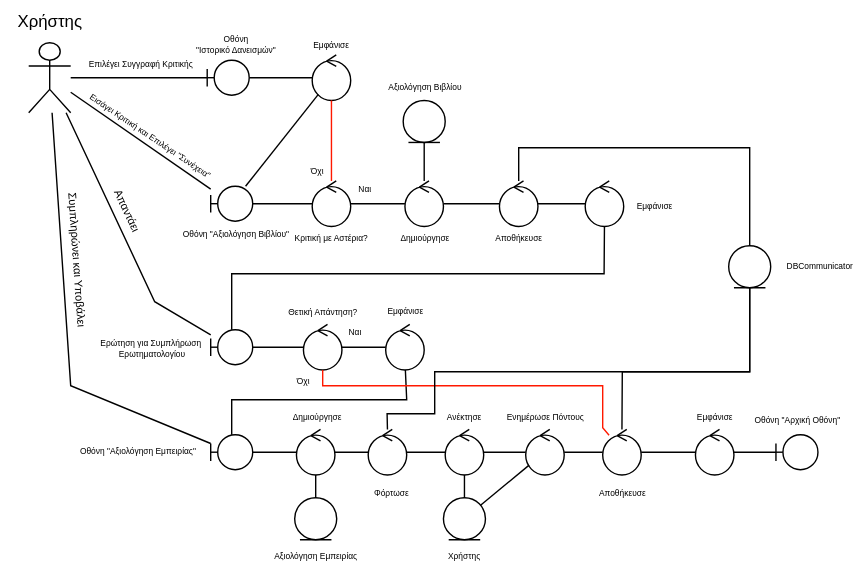
Earlier version of the draw.io export 2nd Assignment/Robustness Diagrams/Robustness-Diagram-v0.1-Αξιολόγηση Βιβλίου και Εμπειρίας.svg (CallMeJasonYT/LibraVision). Source tidied: cells renumbered, new cells last; positions are measured from the earlier drawing's top-left corner, leaving out a move shared by most shapes. Its diagram source:
```xml
<mxGraphModel>
  <root>
    <mxCell id="0" />
    <mxCell id="1" parent="0" />
    <mxCell id="2" style="shape=umlActor;verticalLabelPosition=bottom;verticalAlign=top;html=1;" parent="1" vertex="1">
      <mxGeometry x="25" y="30" width="30" height="50" as="geometry" />
    </mxCell>
    <mxCell id="3" style="html=1;verticalAlign=bottom;endArrow=none;curved=0;rounded=0;endFill=0;" parent="1" edge="1" source="2" target="6">
      <mxGeometry x="0.02" y="5" relative="1" as="geometry" />
    </mxCell>
    <mxCell id="4" style="html=1;verticalAlign=bottom;endArrow=none;curved=0;rounded=0;endFill=0;" parent="1" edge="1" source="6" target="7">
      <mxGeometry x="0.02" y="5" relative="1" as="geometry" />
    </mxCell>
    <mxCell id="5" style="html=1;verticalAlign=bottom;endArrow=none;curved=0;rounded=0;endFill=0;" parent="1" edge="1" source="2" target="11">
      <mxGeometry x="0.56" y="30" relative="1" as="geometry" />
    </mxCell>
    <mxCell id="6" style="shape=umlBoundary;whiteSpace=wrap;html=1;fontSize=10;" parent="1" vertex="1">
      <mxGeometry x="152.5" y="42.5" width="30" height="25" as="geometry" />
    </mxCell>
    <mxCell id="7" style="ellipse;shape=umlControl;whiteSpace=wrap;html=1;strokeColor=#000000;" parent="1" vertex="1">
      <mxGeometry x="227.5" y="38.8" width="27.5" height="32.5" as="geometry" />
    </mxCell>
    <mxCell id="8" style="ellipse;shape=umlControl;whiteSpace=wrap;html=1;" parent="1" vertex="1">
      <mxGeometry x="227.5" y="128.8" width="27.5" height="32.5" as="geometry" />
    </mxCell>
    <mxCell id="9" style="html=1;verticalAlign=bottom;endArrow=none;curved=0;rounded=0;endFill=0;" parent="1" edge="1" source="11" target="8">
      <mxGeometry x="0.02" y="5" relative="1" as="geometry" />
    </mxCell>
    <mxCell id="10" style="html=1;verticalAlign=bottom;endArrow=none;curved=0;rounded=0;endFill=0;" parent="1" edge="1" source="8" target="53">
      <mxGeometry x="0.02" y="5" relative="1" as="geometry" />
    </mxCell>
    <mxCell id="11" style="shape=umlBoundary;whiteSpace=wrap;html=1;fontSize=10;" parent="1" vertex="1">
      <mxGeometry x="155" y="132.5" width="30" height="25" as="geometry" />
    </mxCell>
    <mxCell id="12" style="html=1;verticalAlign=bottom;endArrow=none;curved=0;rounded=0;endFill=0;" parent="1" edge="1" source="27" target="28">
      <mxGeometry x="0.02" y="5" relative="1" as="geometry" />
    </mxCell>
    <mxCell id="13" style="ellipse;shape=umlControl;whiteSpace=wrap;html=1;" parent="1" vertex="1">
      <mxGeometry x="280" y="231.2" width="27.5" height="32.5" as="geometry" />
    </mxCell>
    <mxCell id="14" style="html=1;verticalAlign=bottom;endArrow=none;curved=0;rounded=0;endFill=0;" parent="1" edge="1" source="28" target="13">
      <mxGeometry x="0.02" y="5" relative="1" as="geometry" />
    </mxCell>
    <mxCell id="15" style="html=1;verticalAlign=bottom;endArrow=none;curved=0;rounded=0;endFill=0;" parent="1" edge="1" source="13" target="16">
      <mxGeometry x="0.02" y="5" relative="1" as="geometry">
        <Array as="points">
          <mxPoint x="295" y="285" />
          <mxPoint x="170" y="285" />
        </Array>
      </mxGeometry>
    </mxCell>
    <mxCell id="16" style="shape=umlBoundary;whiteSpace=wrap;html=1;fontSize=10;" parent="1" vertex="1">
      <mxGeometry x="155" y="310" width="30" height="25" as="geometry" />
    </mxCell>
    <mxCell id="17" style="html=1;verticalAlign=bottom;endArrow=none;curved=0;rounded=0;endFill=0;" parent="1" edge="1" source="2" target="16">
      <mxGeometry x="0.56" y="30" relative="1" as="geometry">
        <Array as="points">
          <mxPoint x="55" y="275" />
        </Array>
      </mxGeometry>
    </mxCell>
    <mxCell id="18" value="Χρήστης" style="text;html=1;align=center;verticalAlign=middle;strokeColor=none;fillColor=none;" parent="1" vertex="1">
      <mxGeometry x="5" width="70" height="30" as="geometry" />
    </mxCell>
    <mxCell id="19" style="ellipse;shape=umlControl;whiteSpace=wrap;html=1;" parent="1" vertex="1">
      <mxGeometry x="501.2" y="306.2" width="27.5" height="32.5" as="geometry" />
    </mxCell>
    <mxCell id="20" style="endArrow=none;html=1;rounded=0;endFill=0;" parent="1" edge="1" source="16" target="59">
      <mxGeometry relative="1" as="geometry" />
    </mxCell>
    <mxCell id="21" style="endArrow=none;html=1;rounded=0;endFill=0;" parent="1" edge="1" source="19" target="50">
      <mxGeometry relative="1" as="geometry" />
    </mxCell>
    <mxCell id="22" style="ellipse;shape=umlControl;whiteSpace=wrap;html=1;" parent="1" vertex="1">
      <mxGeometry x="435" y="306.2" width="27.5" height="32.5" as="geometry" />
    </mxCell>
    <mxCell id="23" style="endArrow=none;html=1;rounded=0;endFill=0;" parent="1" edge="1" source="22" target="19">
      <mxGeometry relative="1" as="geometry" />
    </mxCell>
    <mxCell id="24" style="endArrow=none;html=1;rounded=0;endFill=0;" parent="1" edge="1" source="2" target="27">
      <mxGeometry relative="1" as="geometry">
        <Array as="points">
          <mxPoint x="115" y="215" />
        </Array>
      </mxGeometry>
    </mxCell>
    <mxCell id="25" style="html=1;verticalAlign=bottom;endArrow=none;curved=0;rounded=0;endFill=0;" parent="1" edge="1" source="26" target="27">
      <mxGeometry x="0.02" y="5" relative="1" as="geometry">
        <Array as="points">
          <mxPoint x="436" y="195" />
          <mxPoint x="170" y="195" />
        </Array>
      </mxGeometry>
    </mxCell>
    <mxCell id="26" style="ellipse;shape=umlControl;whiteSpace=wrap;html=1;" parent="1" vertex="1">
      <mxGeometry x="422.5" y="128.8" width="27.5" height="32.5" as="geometry" />
    </mxCell>
    <mxCell id="27" style="shape=umlBoundary;whiteSpace=wrap;html=1;fontSize=10;" parent="1" vertex="1">
      <mxGeometry x="155" y="235" width="30" height="25" as="geometry" />
    </mxCell>
    <mxCell id="28" style="ellipse;shape=umlControl;whiteSpace=wrap;html=1;" parent="1" vertex="1">
      <mxGeometry x="221.2" y="231.2" width="27.5" height="32.5" as="geometry" />
    </mxCell>
    <mxCell id="29" style="html=1;verticalAlign=bottom;endArrow=none;curved=0;rounded=0;strokeColor=#FF1900;endFill=0;" parent="1" edge="1" source="8" target="7">
      <mxGeometry x="0.02" y="5" relative="1" as="geometry" />
    </mxCell>
    <mxCell id="30" style="endArrow=none;html=1;rounded=0;strokeColor=#FF1900;endFill=0;" parent="1" edge="1" source="28" target="22">
      <mxGeometry relative="1" as="geometry">
        <Array as="points">
          <mxPoint x="235" y="275" />
          <mxPoint x="276" y="275" />
          <mxPoint x="435" y="275" />
          <mxPoint x="435" y="305" />
        </Array>
      </mxGeometry>
    </mxCell>
    <mxCell id="31" value="Ενημέρωσε Πόντους" style="text;html=1;align=center;verticalAlign=middle;strokeColor=none;fillColor=none;fontSize=6;" parent="1" vertex="1">
      <mxGeometry x="353.8" y="287.5" width="80" height="20" as="geometry" />
    </mxCell>
    <mxCell id="32" value="&lt;span style=&quot;font-size: 6px;&quot;&gt;Εμφάνισε&lt;/span&gt;" style="text;html=1;align=center;verticalAlign=middle;strokeColor=none;fillColor=none;" parent="1" vertex="1">
      <mxGeometry x="490" y="281.2" width="50" height="30" as="geometry" />
    </mxCell>
    <mxCell id="33" value="&lt;span style=&quot;font-size: 6px;&quot;&gt;Όχι&lt;/span&gt;" style="text;html=1;align=center;verticalAlign=middle;strokeColor=none;fillColor=none;spacing=-1;" parent="1" vertex="1">
      <mxGeometry x="206.2" y="260" width="30" height="20" as="geometry" />
    </mxCell>
    <mxCell id="34" value="&lt;span style=&quot;font-size: 6px;&quot;&gt;Εμφάνισε&lt;/span&gt;" style="text;html=1;align=center;verticalAlign=middle;strokeColor=none;fillColor=none;" parent="1" vertex="1">
      <mxGeometry x="268.8" y="205" width="50" height="30" as="geometry" />
    </mxCell>
    <mxCell id="35" value="&lt;span style=&quot;font-size: 6px;&quot;&gt;Ναι&lt;/span&gt;" style="text;html=1;align=center;verticalAlign=middle;strokeColor=none;fillColor=none;spacing=-4;" parent="1" vertex="1">
      <mxGeometry x="247.5" y="225" width="20" height="20" as="geometry" />
    </mxCell>
    <mxCell id="36" value="&lt;span style=&quot;font-size: 6px;&quot;&gt;Θετική Απάντηση?&lt;/span&gt;" style="text;html=1;align=center;verticalAlign=middle;strokeColor=none;fillColor=none;spacing=0;" parent="1" vertex="1">
      <mxGeometry x="200" y="211.2" width="70" height="20" as="geometry" />
    </mxCell>
    <mxCell id="37" value="&lt;span style=&quot;font-size: 6px;&quot;&gt;Ερώτηση για Συμπλήρωση&amp;nbsp;&lt;/span&gt;&lt;div style=&quot;line-height: 0%;&quot;&gt;&lt;span style=&quot;font-size: 6px;&quot;&gt;Ερωτηματολογίου&lt;/span&gt;&lt;/div&gt;" style="text;html=1;align=center;verticalAlign=middle;strokeColor=none;fillColor=none;" parent="1" vertex="1">
      <mxGeometry x="62.5" y="230" width="100" height="30" as="geometry" />
    </mxCell>
    <mxCell id="38" value="&lt;span style=&quot;font-size: 6px;&quot;&gt;Οθόνη &quot;Αξιολόγηση Εμπειρίας&quot;&lt;/span&gt;" style="text;html=1;align=center;verticalAlign=middle;strokeColor=none;fillColor=none;" parent="1" vertex="1">
      <mxGeometry x="47.5" y="305" width="110" height="30" as="geometry" />
    </mxCell>
    <mxCell id="39" value="&lt;span style=&quot;font-size: 8px;&quot;&gt;Συμπληρώνει και Υποβάλει&lt;/span&gt;" style="text;html=1;align=center;verticalAlign=middle;strokeColor=none;fillColor=none;spacing=0;rotation=86;fontSize=8;" parent="1" vertex="1">
      <mxGeometry y="175" width="120" height="20" as="geometry" />
    </mxCell>
    <mxCell id="40" value="&lt;span style=&quot;font-size: 8px;&quot;&gt;Απαντάει&lt;/span&gt;" style="text;html=1;align=center;verticalAlign=middle;strokeColor=none;fillColor=none;spacing=0;spacingTop=-2;rotation=65;fontSize=8;" parent="1" vertex="1">
      <mxGeometry x="70" y="140" width="50" height="20" as="geometry" />
    </mxCell>
    <mxCell id="41" value="&lt;span style=&quot;font-size: 6px;&quot;&gt;Εμφάνισε&lt;/span&gt;" style="text;html=1;align=center;verticalAlign=middle;strokeColor=none;fillColor=none;" parent="1" vertex="1">
      <mxGeometry x="447.5" y="130" width="50" height="30" as="geometry" />
    </mxCell>
    <mxCell id="42" value="&lt;span style=&quot;font-size: 6px;&quot;&gt;Κριτική με Αστέρια?&lt;/span&gt;" style="text;html=1;align=center;verticalAlign=middle;strokeColor=none;fillColor=none;" parent="1" vertex="1">
      <mxGeometry x="201.2" y="153" width="80" height="30" as="geometry" />
    </mxCell>
    <mxCell id="43" value="&lt;span style=&quot;font-size: 6px;&quot;&gt;Οθόνη &quot;Αξιολόγηση Βιβλίου&quot;&lt;/span&gt;" style="text;html=1;align=center;verticalAlign=middle;strokeColor=none;fillColor=none;spacing=-1;" parent="1" vertex="1">
      <mxGeometry x="127.5" y="155" width="90" height="20" as="geometry" />
    </mxCell>
    <mxCell id="44" value="&lt;span style=&quot;font-size: 6px;&quot;&gt;Ναι&lt;/span&gt;" style="text;html=1;align=center;verticalAlign=middle;strokeColor=none;fillColor=none;spacing=0;" parent="1" vertex="1">
      <mxGeometry x="250" y="123" width="30" height="20" as="geometry" />
    </mxCell>
    <mxCell id="45" value="&lt;span style=&quot;font-size: 6px;&quot;&gt;Όχι&lt;/span&gt;" style="text;html=1;align=center;verticalAlign=middle;strokeColor=none;fillColor=none;rotation=0;spacing=0;" parent="1" vertex="1">
      <mxGeometry x="216.2" y="110" width="30" height="20" as="geometry" />
    </mxCell>
    <mxCell id="46" value="&lt;span style=&quot;font-size: 6px;&quot;&gt;Εισάγει Κριτική και&amp;nbsp;&lt;/span&gt;&lt;span style=&quot;font-size: 6px; background-color: initial;&quot;&gt;Επιλέγει &quot;Συνέχεια&quot;&lt;/span&gt;" style="text;html=1;align=center;verticalAlign=middle;strokeColor=none;fillColor=none;rotation=34;" parent="1" vertex="1">
      <mxGeometry x="47.5" y="80" width="130" height="30" as="geometry" />
    </mxCell>
    <mxCell id="47" value="&lt;span style=&quot;font-size: 6px;&quot;&gt;Επιλέγει Συγγραφή&amp;nbsp;&lt;/span&gt;&lt;span style=&quot;font-size: 6px; background-color: initial;&quot;&gt;Κριτικής&lt;/span&gt;" style="text;html=1;align=center;verticalAlign=middle;strokeColor=none;fillColor=none;spacing=-5;spacingTop=0;" parent="1" vertex="1">
      <mxGeometry x="65" y="38.8" width="80" height="10" as="geometry" />
    </mxCell>
    <mxCell id="48" value="&lt;span style=&quot;font-size: 6px;&quot;&gt;Οθόνη&lt;/span&gt;&lt;div style=&quot;line-height: 10%;&quot;&gt;&lt;span style=&quot;font-size: 6px;&quot;&gt;&quot;Ιστορικό Δανεισμών&quot;&lt;/span&gt;&lt;/div&gt;" style="text;html=1;align=center;verticalAlign=middle;strokeColor=none;fillColor=none;" parent="1" vertex="1">
      <mxGeometry x="132.5" y="12.5" width="80" height="30" as="geometry" />
    </mxCell>
    <mxCell id="49" value="&lt;span style=&quot;font-size: 6px;&quot;&gt;Εμφάνισε&lt;/span&gt;" style="text;html=1;align=center;verticalAlign=middle;strokeColor=none;fillColor=none;" parent="1" vertex="1">
      <mxGeometry x="216.2" y="15" width="50" height="30" as="geometry" />
    </mxCell>
    <mxCell id="50" style="shape=umlBoundary;whiteSpace=wrap;html=1;fontSize=10;" parent="1" vertex="1">
      <mxGeometry x="558.8" y="310" width="30" height="25" as="geometry" />
    </mxCell>
    <mxCell id="51" value="&lt;span style=&quot;font-size: 6px;&quot;&gt;Οθόνη &quot;Αρχική Οθόνη&quot;&lt;/span&gt;" style="text;html=1;align=center;verticalAlign=middle;strokeColor=none;fillColor=none;spacing=0;" parent="1" vertex="1">
      <mxGeometry x="533.8" y="287.5" width="80" height="20" as="geometry" />
    </mxCell>
    <mxCell id="52" style="html=1;verticalAlign=bottom;endArrow=none;curved=0;rounded=0;endFill=0;" parent="1" edge="1" source="7" target="11">
      <mxGeometry x="0.02" y="5" relative="1" as="geometry" />
    </mxCell>
    <mxCell id="53" style="ellipse;shape=umlControl;whiteSpace=wrap;html=1;" parent="1" vertex="1">
      <mxGeometry x="293.8" y="128.8" width="27.5" height="32.5" as="geometry" />
    </mxCell>
    <mxCell id="54" value="&lt;span style=&quot;font-size: 6px;&quot;&gt;Δημιούργησε&lt;/span&gt;" style="text;html=1;align=center;verticalAlign=middle;strokeColor=none;fillColor=none;" parent="1" vertex="1">
      <mxGeometry x="277.5" y="153" width="60" height="30" as="geometry" />
    </mxCell>
    <mxCell id="55" style="edgeStyle=none;rounded=0;jettySize=auto;html=1;endArrow=none;endFill=0;" parent="1" edge="1" source="53" target="56">
      <mxGeometry relative="1" as="geometry" />
    </mxCell>
    <mxCell id="56" style="ellipse;shape=umlEntity;whiteSpace=wrap;html=1;" parent="1" vertex="1">
      <mxGeometry x="292.5" y="71.2" width="30" height="30" as="geometry" />
    </mxCell>
    <mxCell id="57" value="&lt;span style=&quot;font-size: 6px;&quot;&gt;Αξιολόγηση Βιβλίου&lt;/span&gt;" style="text;html=1;align=center;verticalAlign=middle;strokeColor=none;fillColor=none;" parent="1" vertex="1">
      <mxGeometry x="267.5" y="45" width="80" height="30" as="geometry" />
    </mxCell>
    <mxCell id="58" style="html=1;verticalAlign=bottom;endArrow=none;curved=0;rounded=0;endFill=0;" parent="1" edge="1" source="53" target="65">
      <mxGeometry x="0.02" y="5" relative="1" as="geometry" />
    </mxCell>
    <mxCell id="59" style="ellipse;shape=umlControl;whiteSpace=wrap;html=1;" parent="1" vertex="1">
      <mxGeometry x="216.2" y="306.2" width="27.5" height="32.5" as="geometry" />
    </mxCell>
    <mxCell id="60" style="endArrow=none;html=1;rounded=0;endFill=0;" parent="1" edge="1" source="59" target="72">
      <mxGeometry relative="1" as="geometry" />
    </mxCell>
    <mxCell id="61" style="endArrow=none;html=1;rounded=0;endFill=0;" parent="1" edge="1" source="59" target="63">
      <mxGeometry relative="1" as="geometry" />
    </mxCell>
    <mxCell id="62" value="&lt;span style=&quot;font-size: 6px;&quot;&gt;Δημιούργησε&lt;/span&gt;" style="text;html=1;align=center;verticalAlign=middle;strokeColor=none;fillColor=none;" parent="1" vertex="1">
      <mxGeometry x="201.2" y="281.2" width="60" height="30" as="geometry" />
    </mxCell>
    <mxCell id="63" style="ellipse;shape=umlEntity;whiteSpace=wrap;html=1;" parent="1" vertex="1">
      <mxGeometry x="215" y="355" width="30" height="30" as="geometry" />
    </mxCell>
    <mxCell id="64" value="&lt;span style=&quot;font-size: 6px;&quot;&gt;Αξιολόγηση Εμπειρίας&lt;/span&gt;" style="text;html=1;align=center;verticalAlign=middle;strokeColor=none;fillColor=none;spacing=0;" parent="1" vertex="1">
      <mxGeometry x="190" y="385" width="80" height="20" as="geometry" />
    </mxCell>
    <mxCell id="65" style="ellipse;shape=umlControl;whiteSpace=wrap;html=1;" parent="1" vertex="1">
      <mxGeometry x="361.2" y="128.8" width="27.5" height="32.5" as="geometry" />
    </mxCell>
    <mxCell id="66" value="&lt;span style=&quot;font-size: 6px;&quot;&gt;Αποθήκευσε&lt;/span&gt;" style="text;html=1;align=center;verticalAlign=middle;strokeColor=none;fillColor=none;" parent="1" vertex="1">
      <mxGeometry x="345" y="153" width="60" height="30" as="geometry" />
    </mxCell>
    <mxCell id="67" style="html=1;verticalAlign=bottom;endArrow=none;curved=0;rounded=0;endFill=0;" parent="1" edge="1" source="65" target="26">
      <mxGeometry x="0.02" y="5" relative="1" as="geometry" />
    </mxCell>
    <mxCell id="68" style="ellipse;shape=umlEntity;whiteSpace=wrap;html=1;" parent="1" vertex="1">
      <mxGeometry x="525" y="175" width="30" height="30" as="geometry" />
    </mxCell>
    <mxCell id="69" value="DBCommunicator" style="text;html=1;align=center;verticalAlign=middle;strokeColor=none;fillColor=none;fontSize=6;" parent="1" vertex="1">
      <mxGeometry x="555" y="180" width="70" height="20" as="geometry" />
    </mxCell>
    <mxCell id="70" style="html=1;verticalAlign=bottom;endArrow=none;curved=0;rounded=0;endFill=0;" parent="1" edge="1" source="22" target="68">
      <mxGeometry x="0.02" y="5" relative="1" as="geometry">
        <Array as="points">
          <mxPoint x="449" y="265" />
          <mxPoint x="540" y="265" />
        </Array>
      </mxGeometry>
    </mxCell>
    <mxCell id="71" style="html=1;verticalAlign=bottom;endArrow=none;curved=0;rounded=0;endFill=0;" parent="1" edge="1" source="68" target="65">
      <mxGeometry x="0.02" y="5" relative="1" as="geometry">
        <Array as="points">
          <mxPoint x="540" y="105" />
          <mxPoint x="375" y="105" />
        </Array>
      </mxGeometry>
    </mxCell>
    <mxCell id="72" style="ellipse;shape=umlControl;whiteSpace=wrap;html=1;" parent="1" vertex="1">
      <mxGeometry x="267.5" y="306.2" width="27.5" height="32.5" as="geometry" />
    </mxCell>
    <mxCell id="73" value="&lt;span style=&quot;font-size: 6px;&quot;&gt;Φόρτωσε&lt;/span&gt;" style="text;html=1;align=center;verticalAlign=middle;strokeColor=none;fillColor=none;" parent="1" vertex="1">
      <mxGeometry x="258.8" y="335" width="50" height="30" as="geometry" />
    </mxCell>
    <mxCell id="74" style="ellipse;shape=umlControl;whiteSpace=wrap;html=1;" parent="1" vertex="1">
      <mxGeometry x="322.5" y="306.2" width="27.5" height="32.5" as="geometry" />
    </mxCell>
    <mxCell id="75" value="&lt;span style=&quot;font-size: 6px;&quot;&gt;Ανέκτησε&lt;/span&gt;" style="text;html=1;align=center;verticalAlign=middle;strokeColor=none;fillColor=none;" parent="1" vertex="1">
      <mxGeometry x="311.2" y="281.2" width="50" height="30" as="geometry" />
    </mxCell>
    <mxCell id="76" style="endArrow=none;html=1;rounded=0;endFill=0;" parent="1" edge="1" source="72" target="74">
      <mxGeometry relative="1" as="geometry" />
    </mxCell>
    <mxCell id="77" style="endArrow=none;html=1;rounded=0;endFill=0;" parent="1" edge="1" source="74" target="78">
      <mxGeometry relative="1" as="geometry" />
    </mxCell>
    <mxCell id="78" style="ellipse;shape=umlEntity;whiteSpace=wrap;html=1;" parent="1" vertex="1">
      <mxGeometry x="321.2" y="355" width="30" height="30" as="geometry" />
    </mxCell>
    <mxCell id="79" value="&lt;span style=&quot;font-size: 6px;&quot;&gt;Χρήστης&lt;/span&gt;" style="text;html=1;align=center;verticalAlign=middle;strokeColor=none;fillColor=none;spacing=0;" parent="1" vertex="1">
      <mxGeometry x="316.2" y="385" width="40" height="20" as="geometry" />
    </mxCell>
    <mxCell id="80" style="endArrow=none;html=1;rounded=0;endFill=0;" parent="1" edge="1" source="74" target="81">
      <mxGeometry relative="1" as="geometry" />
    </mxCell>
    <mxCell id="81" style="ellipse;shape=umlControl;whiteSpace=wrap;html=1;" parent="1" vertex="1">
      <mxGeometry x="380" y="306.2" width="27.5" height="32.5" as="geometry" />
    </mxCell>
    <mxCell id="82" style="endArrow=none;html=1;rounded=0;endFill=0;" parent="1" edge="1" source="81" target="22">
      <mxGeometry relative="1" as="geometry" />
    </mxCell>
    <mxCell id="83" style="endArrow=none;html=1;rounded=0;endFill=0;" parent="1" edge="1" source="78" target="81">
      <mxGeometry relative="1" as="geometry" />
    </mxCell>
    <mxCell id="84" value="&lt;span style=&quot;font-size: 6px;&quot;&gt;Αποθήκευσε&lt;/span&gt;" style="text;html=1;align=center;verticalAlign=middle;strokeColor=none;fillColor=none;" parent="1" vertex="1">
      <mxGeometry x="418.8" y="335" width="60" height="30" as="geometry" />
    </mxCell>
    <mxCell id="85" style="html=1;verticalAlign=bottom;endArrow=none;curved=0;rounded=0;endFill=0;" parent="1" edge="1" source="68" target="72">
      <mxGeometry x="0.02" y="5" relative="1" as="geometry">
        <Array as="points">
          <mxPoint x="540" y="265" />
          <mxPoint x="315" y="265" />
          <mxPoint x="315" y="295" />
          <mxPoint x="281" y="295" />
        </Array>
      </mxGeometry>
    </mxCell>
  </root>
</mxGraphModel>
```
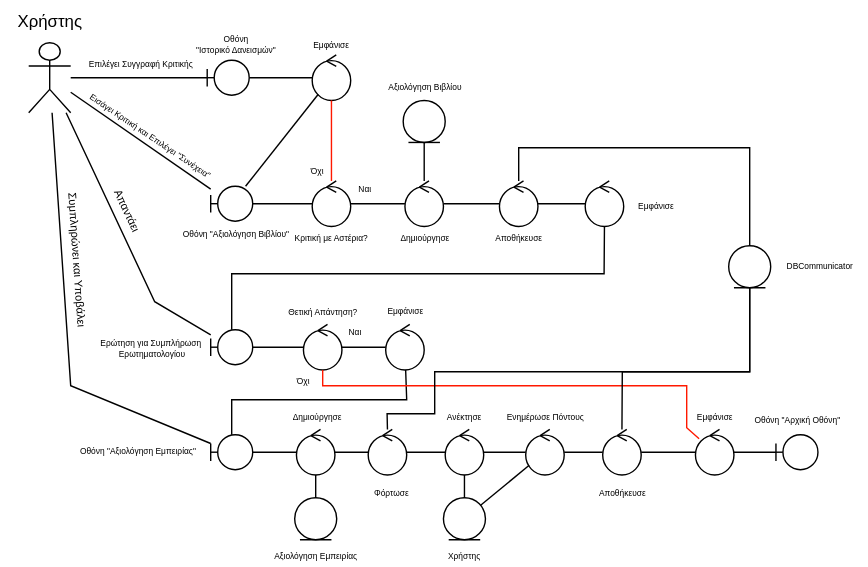
After the commit.

Commit message:
Robustness-Diagram-v0.1-Αξιολόγηση Βιβλίου και Εμπειρίας

What changed in the source:
```diff
@@ -104,13 +104,13 @@
     <mxCell id="29" style="html=1;verticalAlign=bottom;endArrow=none;curved=0;rounded=0;strokeColor=#FF1900;endFill=0;" parent="1" edge="1" source="8" target="7">
       <mxGeometry x="0.02" y="5" relative="1" as="geometry" />
     </mxCell>
-    <mxCell id="30" style="endArrow=none;html=1;rounded=0;strokeColor=#FF1900;endFill=0;" parent="1" edge="1" source="28" target="22">
+    <mxCell id="30" style="endArrow=none;html=1;rounded=0;strokeColor=#FF1900;endFill=0;" parent="1" edge="1" source="28" target="19">
       <mxGeometry relative="1" as="geometry">
         <Array as="points">
           <mxPoint x="235" y="275" />
           <mxPoint x="276" y="275" />
-          <mxPoint x="435" y="275" />
-          <mxPoint x="435" y="305" />
+          <mxPoint x="495" y="275" />
+          <mxPoint x="495" y="305" />
         </Array>
       </mxGeometry>
     </mxCell>
```
